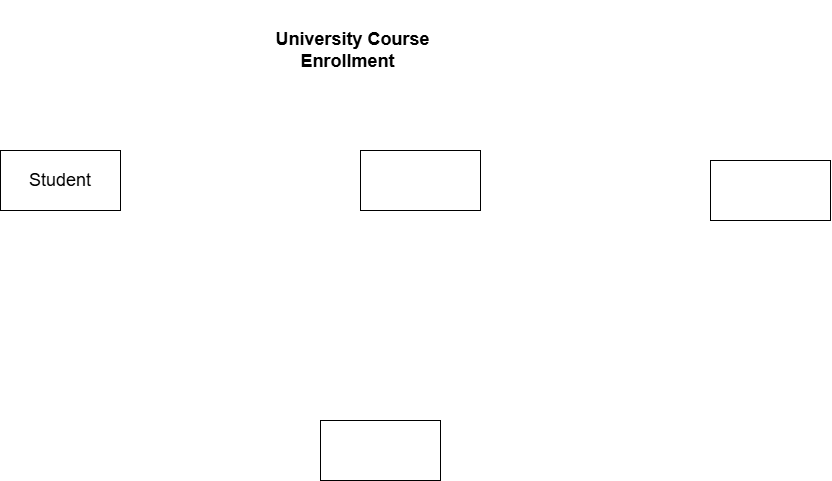
mariamnabeh/Database-ERD-EERD-Models keeps this draw.io diagram as Task_2.drawio.png. Above is the earlier version. Source tidied: cells renumbered, new cells last; positions are measured from the earlier drawing's top-left corner, leaving out a move shared by most shapes. The source it was exported from:
```xml
<mxGraphModel>
  <root>
    <mxCell id="0" />
    <mxCell id="1" parent="0" />
    <mxCell id="2" value="&lt;font style=&quot;font-size: 18px;&quot;&gt;&lt;b style=&quot;background-color: light-dark(transparent, rgb(255, 51, 255));&quot;&gt;&amp;nbsp;University Course Enrollment&amp;nbsp;&lt;/b&gt;&lt;/font&gt;" style="text;html=1;whiteSpace=wrap;strokeColor=none;fillColor=none;align=center;verticalAlign=middle;rounded=0;" parent="1" vertex="1">
      <mxGeometry x="230" width="240" height="100" as="geometry" />
    </mxCell>
    <mxCell id="3" value="&lt;font style=&quot;font-size: 18px;&quot;&gt;Student&lt;/font&gt;" style="whiteSpace=wrap;html=1;" parent="1" vertex="1">
      <mxGeometry y="150" width="120" height="60" as="geometry" />
    </mxCell>
    <mxCell id="4" style="whiteSpace=wrap;html=1;" parent="1" vertex="1">
      <mxGeometry x="360" y="150" width="120" height="60" as="geometry" />
    </mxCell>
    <mxCell id="5" style="whiteSpace=wrap;html=1;" parent="1" vertex="1">
      <mxGeometry x="710" y="160" width="120" height="60" as="geometry" />
    </mxCell>
    <mxCell id="6" style="whiteSpace=wrap;html=1;" parent="1" vertex="1">
      <mxGeometry x="320" y="420" width="120" height="60" as="geometry" />
    </mxCell>
  </root>
</mxGraphModel>
```
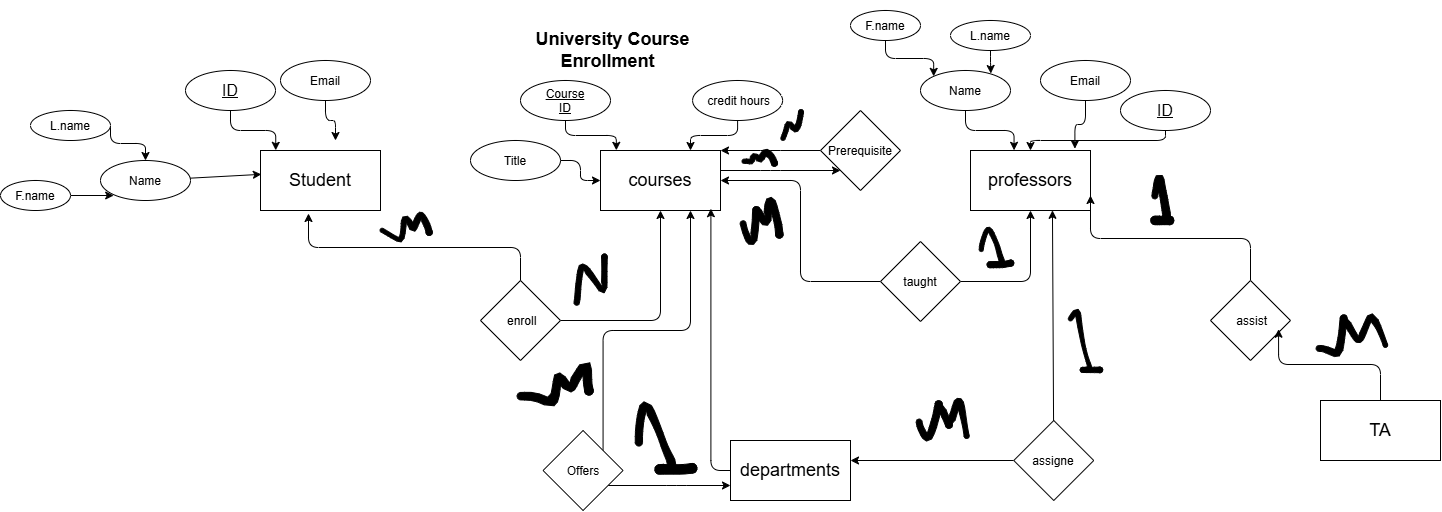
Later version of the same file.

Commit message:
Update Task 2 diagram

Refresh the Task_2.drawio.png asset to reflect the latest ERD/schema revisions in the project documentation.

Change to the diagram source:
```diff
@@ -8,14 +8,192 @@
     <mxCell id="3" value="&lt;font style=&quot;font-size: 18px;&quot;&gt;Student&lt;/font&gt;" style="whiteSpace=wrap;html=1;" parent="1" vertex="1">
       <mxGeometry y="150" width="120" height="60" as="geometry" />
     </mxCell>
+    <mxCell id="7" style="edgeStyle=elbowEdgeStyle;elbow=vertical;html=1;" parent="1" edge="1" source="4" target="57">
+      <mxGeometry relative="1" as="geometry" />
+    </mxCell>
-    <mxCell id="4" style="whiteSpace=wrap;html=1;" parent="1" vertex="1">
-      <mxGeometry x="360" y="150" width="120" height="60" as="geometry" />
+    <mxCell id="4" value="&lt;font style=&quot;font-size: 18px;&quot;&gt;courses&lt;/font&gt;" style="whiteSpace=wrap;html=1;" parent="1" vertex="1">
+      <mxGeometry x="340" y="150" width="120" height="60" as="geometry" />
     </mxCell>
-    <mxCell id="5" style="whiteSpace=wrap;html=1;" parent="1" vertex="1">
-      <mxGeometry x="710" y="160" width="120" height="60" as="geometry" />
+    <mxCell id="5" value="&lt;font style=&quot;font-size: 18px;&quot;&gt;professors&lt;/font&gt;" style="whiteSpace=wrap;html=1;" parent="1" vertex="1">
+      <mxGeometry x="710" y="150" width="120" height="60" as="geometry" />
     </mxCell>
-    <mxCell id="6" style="whiteSpace=wrap;html=1;" parent="1" vertex="1">
-      <mxGeometry x="320" y="420" width="120" height="60" as="geometry" />
+    <mxCell id="6" value="&lt;font style=&quot;font-size: 18px;&quot;&gt;departments&lt;/font&gt;" style="whiteSpace=wrap;html=1;" parent="1" vertex="1">
+      <mxGeometry x="470" y="440" width="120" height="60" as="geometry" />
     </mxCell>
+    <mxCell id="8" style="edgeStyle=elbowEdgeStyle;elbow=vertical;html=1;" parent="1" edge="1" source="9">
+      <mxGeometry relative="1" as="geometry">
+        <mxPoint x="75" y="140" as="targetPoint" />
+      </mxGeometry>
+    </mxCell>
+    <mxCell id="9" value="Email" style="ellipse;whiteSpace=wrap;html=1;shapeInside=1;" parent="1" vertex="1">
+      <mxGeometry x="20" y="60" width="90" height="40" as="geometry" />
+    </mxCell>
+    <mxCell id="10" value="Name" style="ellipse;whiteSpace=wrap;html=1;shapeInside=1;" parent="1" vertex="1">
+      <mxGeometry x="-160" y="160" width="90" height="40" as="geometry" />
+    </mxCell>
+    <mxCell id="11" value="&lt;font size=&quot;3&quot;&gt;&lt;u&gt;ID&lt;/u&gt;&lt;/font&gt;" style="ellipse;whiteSpace=wrap;html=1;shapeInside=1;" parent="1" vertex="1">
+      <mxGeometry x="-75" y="70" width="90" height="40" as="geometry" />
+    </mxCell>
+    <mxCell id="12" style="edgeStyle=elbowEdgeStyle;elbow=vertical;html=1;exitX=1;exitY=0.5;exitDx=0;exitDy=0;" parent="1" edge="1" source="13" target="10">
+      <mxGeometry relative="1" as="geometry" />
+    </mxCell>
+    <mxCell id="13" value="L.name" style="ellipse;whiteSpace=wrap;html=1;shapeInside=1;" parent="1" vertex="1">
+      <mxGeometry x="-230" y="110" width="80" height="30" as="geometry" />
+    </mxCell>
+    <mxCell id="14" style="edgeStyle=elbowEdgeStyle;elbow=vertical;html=1;exitX=1;exitY=0.5;exitDx=0;exitDy=0;entryX=0;entryY=1;entryDx=0;entryDy=0;" parent="1" edge="1" source="15" target="10">
+      <mxGeometry relative="1" as="geometry" />
+    </mxCell>
+    <mxCell id="15" value="F.name" style="ellipse;whiteSpace=wrap;html=1;shapeInside=1;" parent="1" vertex="1">
+      <mxGeometry x="-260" y="180" width="70" height="30" as="geometry" />
+    </mxCell>
+    <mxCell id="16" style="edgeStyle=none;html=1;entryX=0.007;entryY=0.397;entryDx=0;entryDy=0;entryPerimeter=0;" parent="1" edge="1" source="10" target="3">
+      <mxGeometry relative="1" as="geometry" />
+    </mxCell>
+    <mxCell id="17" style="edgeStyle=elbowEdgeStyle;elbow=vertical;html=1;entryX=0.127;entryY=-0.003;entryDx=0;entryDy=0;entryPerimeter=0;" parent="1" edge="1" source="11" target="3">
+      <mxGeometry relative="1" as="geometry" />
+    </mxCell>
+    <mxCell id="18" value="Email" style="ellipse;whiteSpace=wrap;html=1;shapeInside=1;" parent="1" vertex="1">
+      <mxGeometry x="780" y="60" width="90" height="40" as="geometry" />
+    </mxCell>
+    <mxCell id="19" style="edgeStyle=elbowEdgeStyle;elbow=vertical;html=1;" parent="1" edge="1" source="20" target="5">
+      <mxGeometry relative="1" as="geometry" />
+    </mxCell>
+    <mxCell id="20" value="&lt;font size=&quot;3&quot;&gt;&lt;u&gt;ID&lt;/u&gt;&lt;/font&gt;" style="ellipse;whiteSpace=wrap;html=1;shapeInside=1;" parent="1" vertex="1">
+      <mxGeometry x="860" y="90" width="90" height="40" as="geometry" />
+    </mxCell>
+    <mxCell id="21" value="Name" style="ellipse;whiteSpace=wrap;html=1;shapeInside=1;" parent="1" vertex="1">
+      <mxGeometry x="660" y="70" width="90" height="40" as="geometry" />
+    </mxCell>
+    <mxCell id="22" style="edgeStyle=elbowEdgeStyle;elbow=vertical;html=1;entryX=0.87;entryY=-0.03;entryDx=0;entryDy=0;entryPerimeter=0;" parent="1" edge="1" source="18" target="5">
+      <mxGeometry relative="1" as="geometry" />
+    </mxCell>
+    <mxCell id="23" style="edgeStyle=elbowEdgeStyle;elbow=vertical;html=1;entryX=0.363;entryY=-0.003;entryDx=0;entryDy=0;entryPerimeter=0;" parent="1" edge="1" source="21" target="5">
+      <mxGeometry relative="1" as="geometry" />
+    </mxCell>
+    <mxCell id="24" value="L.name" style="ellipse;whiteSpace=wrap;html=1;shapeInside=1;" parent="1" vertex="1">
+      <mxGeometry x="690" y="20" width="80" height="30" as="geometry" />
+    </mxCell>
+    <mxCell id="25" style="edgeStyle=elbowEdgeStyle;elbow=vertical;html=1;entryX=0;entryY=0;entryDx=0;entryDy=0;" parent="1" edge="1" source="26" target="21">
+      <mxGeometry relative="1" as="geometry" />
+    </mxCell>
+    <mxCell id="26" value="F.name" style="ellipse;whiteSpace=wrap;html=1;shapeInside=1;" parent="1" vertex="1">
+      <mxGeometry x="590" y="10" width="70" height="30" as="geometry" />
+    </mxCell>
+    <mxCell id="27" style="edgeStyle=elbowEdgeStyle;elbow=vertical;html=1;entryX=0.782;entryY=0.075;entryDx=0;entryDy=0;entryPerimeter=0;" parent="1" edge="1" source="24" target="21">
+      <mxGeometry relative="1" as="geometry" />
+    </mxCell>
+    <mxCell id="28" value="&lt;u&gt;Course ID&lt;/u&gt;&lt;div style=&quot;text-decoration-line: inherit;&quot;&gt;&lt;br&gt;&lt;/div&gt;" style="ellipse;whiteSpace=wrap;html=1;shapeInside=1;" parent="1" vertex="1">
+      <mxGeometry x="260" y="80" width="90" height="40" as="geometry" />
+    </mxCell>
+    <mxCell id="29" style="edgeStyle=orthogonalEdgeStyle;html=1;entryX=0.75;entryY=0;entryDx=0;entryDy=0;elbow=vertical;" parent="1" edge="1" source="30" target="4">
+      <mxGeometry relative="1" as="geometry" />
+    </mxCell>
+    <mxCell id="30" value="&lt;br&gt;&lt;div&gt;&amp;nbsp;credit hours&lt;/div&gt;" style="ellipse;whiteSpace=wrap;html=1;shapeInside=1;" parent="1" vertex="1">
+      <mxGeometry x="432.1" y="80" width="90" height="40" as="geometry" />
+    </mxCell>
+    <mxCell id="31" style="edgeStyle=orthogonalEdgeStyle;html=1;entryX=0.5;entryY=1;entryDx=0;entryDy=0;elbow=vertical;" parent="1" edge="1" source="32" target="4">
+      <mxGeometry relative="1" as="geometry" />
+    </mxCell>
+    <mxCell id="32" value="&amp;nbsp;enroll" style="rhombus;whiteSpace=wrap;html=1;shapeInside=1;" parent="1" vertex="1">
+      <mxGeometry x="220" y="280" width="80" height="80" as="geometry" />
+    </mxCell>
+    <mxCell id="33" style="edgeStyle=elbowEdgeStyle;elbow=vertical;html=1;entryX=0.4;entryY=1.05;entryDx=0;entryDy=0;entryPerimeter=0;" parent="1" edge="1" source="32" target="3">
+      <mxGeometry relative="1" as="geometry" />
+    </mxCell>
+    <mxCell id="34" style="shape=(stored shape, 1192 characters);lineShape=1;strokeColor=default;" parent="1" vertex="1">
+      <mxGeometry x="119.5" y="211.8" width="52.2" height="29.6" as="geometry" />
+    </mxCell>
+    <mxCell id="35" style="edgeStyle=orthogonalEdgeStyle;html=1;entryX=0.5;entryY=1;entryDx=0;entryDy=0;elbow=vertical;" parent="1" edge="1" source="37" target="5">
+      <mxGeometry relative="1" as="geometry" />
+    </mxCell>
+    <mxCell id="36" style="edgeStyle=orthogonalEdgeStyle;html=1;entryX=1;entryY=0.5;entryDx=0;entryDy=0;elbow=vertical;" parent="1" edge="1" source="37" target="4">
+      <mxGeometry relative="1" as="geometry" />
+    </mxCell>
+    <mxCell id="37" value="taught" style="rhombus;whiteSpace=wrap;html=1;shapeInside=1;" parent="1" vertex="1">
+      <mxGeometry x="620" y="241" width="80" height="80" as="geometry" />
+    </mxCell>
+    <mxCell id="38" style="shape=(stored shape, 1320 characters);lineShape=1;strokeColor=default;" parent="1" vertex="1">
+      <mxGeometry x="718.7" y="226.8" width="34.6" height="40.4" as="geometry" />
+    </mxCell>
+    <mxCell id="39" style="edgeStyle=none;curved=1;curveGeometry=1;html=1;elbow=vertical;" parent="1" edge="1" source="40">
+      <mxGeometry relative="1" as="geometry">
+        <mxPoint x="590" y="460" as="targetPoint" />
+      </mxGeometry>
+    </mxCell>
+    <mxCell id="40" value="assigne" style="rhombus;whiteSpace=wrap;html=1;shapeInside=1;" parent="1" vertex="1">
+      <mxGeometry x="753.3" y="420" width="80" height="80" as="geometry" />
+    </mxCell>
+    <mxCell id="41" style="edgeStyle=none;curved=1;curveGeometry=1;html=1;entryX=0.683;entryY=0.997;entryDx=0;entryDy=0;entryPerimeter=0;elbow=vertical;" parent="1" edge="1" source="40" target="5">
+      <mxGeometry relative="1" as="geometry" />
+    </mxCell>
+    <mxCell id="42" style="shape=(stored shape, 1224 characters);lineShape=1;strokeColor=default;" parent="1" vertex="1">
+      <mxGeometry x="807.8" y="308.8" width="34.4" height="63.4" as="geometry" />
+    </mxCell>
+    <mxCell id="43" style="edgeStyle=orthogonalEdgeStyle;html=1;entryX=0.92;entryY=0.97;entryDx=0;entryDy=0;entryPerimeter=0;elbow=vertical;" parent="1" edge="1" source="6" target="4">
+      <mxGeometry relative="1" as="geometry" />
+    </mxCell>
+    <mxCell id="44" style="edgeStyle=orthogonalEdgeStyle;html=1;entryX=0.132;entryY=-0.003;entryDx=0;entryDy=0;entryPerimeter=0;elbow=vertical;" parent="1" edge="1" source="28" target="4">
+      <mxGeometry relative="1" as="geometry" />
+    </mxCell>
+    <mxCell id="45" value="&lt;span style=&quot;font-size: 18px;&quot;&gt;TA&lt;/span&gt;" style="whiteSpace=wrap;html=1;" parent="1" vertex="1">
+      <mxGeometry x="1060" y="400" width="120" height="60" as="geometry" />
+    </mxCell>
+    <mxCell id="46" style="edgeStyle=orthogonalEdgeStyle;html=1;entryX=0;entryY=0.5;entryDx=0;entryDy=0;elbow=vertical;" parent="1" edge="1" source="47" target="4">
+      <mxGeometry relative="1" as="geometry" />
+    </mxCell>
+    <mxCell id="47" value="&lt;div style=&quot;text-decoration-line: inherit;&quot;&gt;Title&lt;/div&gt;" style="ellipse;whiteSpace=wrap;html=1;shapeInside=1;" parent="1" vertex="1">
+      <mxGeometry x="210" y="140" width="90" height="40" as="geometry" />
+    </mxCell>
+    <mxCell id="48" style="edgeStyle=elbowEdgeStyle;elbow=vertical;html=1;entryX=1;entryY=0.75;entryDx=0;entryDy=0;" parent="1" edge="1" source="49" target="5">
+      <mxGeometry relative="1" as="geometry" />
+    </mxCell>
+    <mxCell id="49" value="&amp;nbsp;assist" style="rhombus;whiteSpace=wrap;html=1;shapeInside=1;" parent="1" vertex="1">
+      <mxGeometry x="950" y="280" width="80" height="80" as="geometry" />
+    </mxCell>
+    <mxCell id="50" style="edgeStyle=elbowEdgeStyle;elbow=vertical;html=1;entryX=0.851;entryY=0.609;entryDx=0;entryDy=0;entryPerimeter=0;" parent="1" edge="1" source="45" target="49">
+      <mxGeometry relative="1" as="geometry" />
+    </mxCell>
+    <mxCell id="51" style="edgeStyle=elbowEdgeStyle;elbow=vertical;html=1;entryX=0;entryY=0.75;entryDx=0;entryDy=0;" parent="1" edge="1" source="53" target="6">
+      <mxGeometry relative="1" as="geometry" />
+    </mxCell>
+    <mxCell id="52" style="edgeStyle=elbowEdgeStyle;elbow=vertical;html=1;exitX=1;exitY=0;exitDx=0;exitDy=0;entryX=0.75;entryY=1;entryDx=0;entryDy=0;" parent="1" edge="1" source="53" target="4">
+      <mxGeometry relative="1" as="geometry" />
+    </mxCell>
+    <mxCell id="53" value="Offers" style="rhombus;whiteSpace=wrap;html=1;shapeInside=1;" parent="1" vertex="1">
+      <mxGeometry x="282.6" y="430" width="80" height="80" as="geometry" />
+    </mxCell>
+    <mxCell id="54" style="shape=(stored shape, 1268 characters);lineShape=1;strokeColor=default;" parent="1" vertex="1">
+      <mxGeometry x="374.8" y="401.3" width="61.6" height="72.4" as="geometry" />
+    </mxCell>
+    <mxCell id="55" style="shape=(stored shape, 1100 characters);lineShape=1;strokeColor=default;" parent="1" vertex="1">
+      <mxGeometry x="256.7" y="362.3" width="76" height="42.9" as="geometry" />
+    </mxCell>
+    <mxCell id="56" style="edgeStyle=elbowEdgeStyle;elbow=vertical;html=1;entryX=1;entryY=0;entryDx=0;entryDy=0;" parent="1" edge="1" source="57" target="4">
+      <mxGeometry relative="1" as="geometry" />
+    </mxCell>
+    <mxCell id="57" value="Prerequisite" style="rhombus;whiteSpace=wrap;html=1;shapeInside=1;" parent="1" vertex="1">
+      <mxGeometry x="560" y="110" width="80" height="80" as="geometry" />
+    </mxCell>
+    <mxCell id="58" style="shape=(stored shape, 904 characters);lineShape=1;strokeColor=default;" parent="1" vertex="1">
+      <mxGeometry x="481.5" y="148.8" width="35.5" height="16.9" as="geometry" />
+    </mxCell>
+    <mxCell id="59" style="shape=(stored shape, 892 characters);lineShape=1;strokeColor=default;" parent="1" vertex="1">
+      <mxGeometry x="520.3" y="109.3" width="22.7" height="30.7" as="geometry" />
+    </mxCell>
+    <mxCell id="60" style="shape=(stored shape, 1344 characters);lineShape=1;strokeColor=default;" parent="1" vertex="1">
+      <mxGeometry x="1055.6" y="313.3" width="71.5" height="42.7" as="geometry" />
+    </mxCell>
+    <mxCell id="61" style="shape=(stored shape, 1168 characters);lineShape=1;strokeColor=default;" parent="1" vertex="1">
+      <mxGeometry x="890.4" y="175" width="22.9" height="49.2" as="geometry" />
+    </mxCell>
+    <mxCell id="62" style="shape=(stored shape, 1468 characters);lineShape=1;strokeColor=default;" parent="1" vertex="1">
+      <mxGeometry x="655.7" y="397.9" width="52.9" height="42.7" as="geometry" />
+    </mxCell>
+    <mxCell id="63" style="shape=(stored shape, 1344 characters);lineShape=1;strokeColor=default;" parent="1" vertex="1">
+      <mxGeometry x="479.7" y="196.9" width="42.8" height="47" as="geometry" />
+    </mxCell>
+    <mxCell id="64" style="shape=(stored shape, 1024 characters);lineShape=1;strokeColor=default;" parent="1" vertex="1">
+      <mxGeometry x="313.5" y="253.6" width="33.3" height="51.2" as="geometry" />
+    </mxCell>
   </root>
 </mxGraphModel>
```
